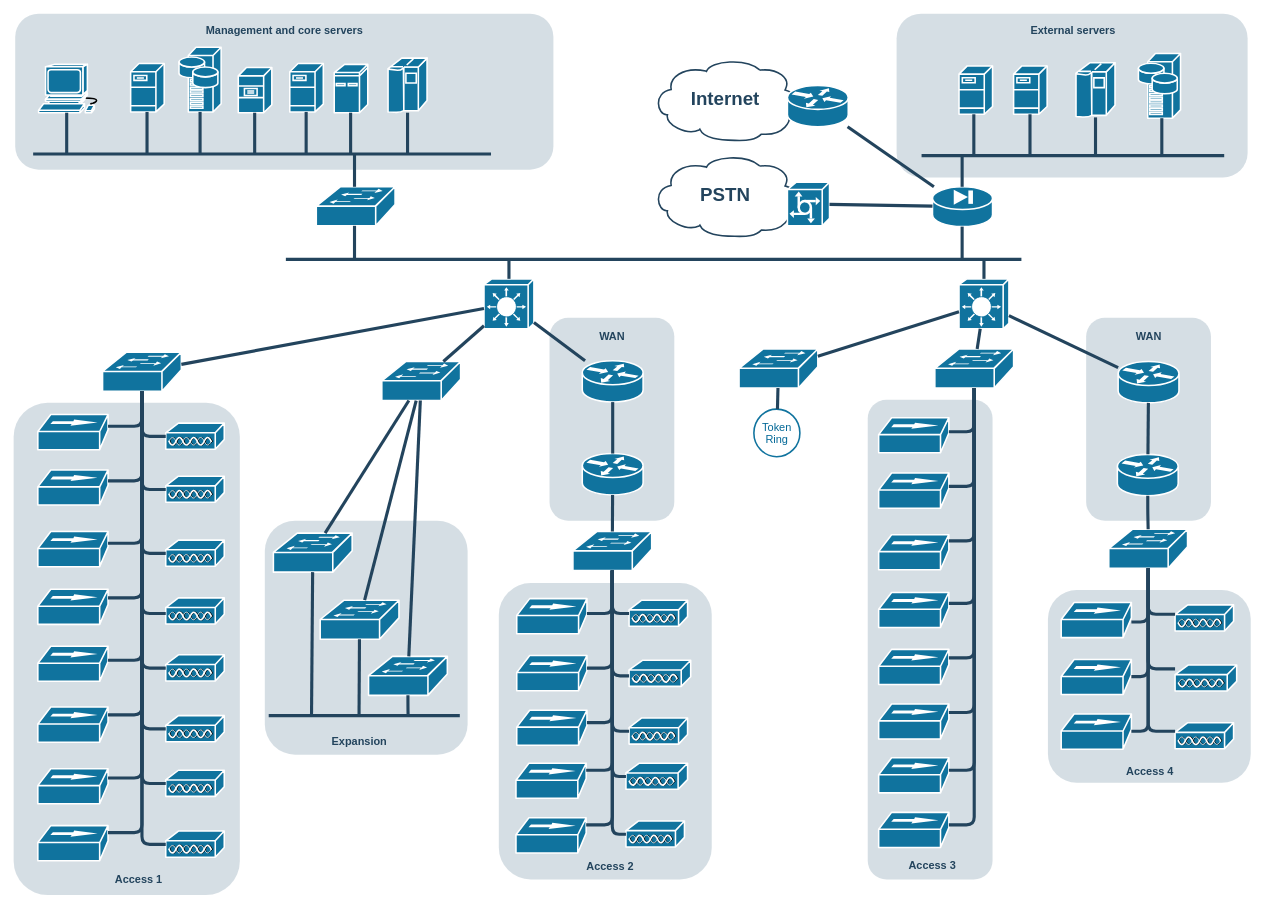
Before: Untitled Diagram.drawio in rsashna/networkDiagrams, a draw.io diagram. Source tidied: cells renumbered, new cells numbered last; positions are measured from the earlier drawing's top-left corner, leaving out a move shared by most shapes. Both pictures are drawn from the tidied source at 78%, with x=0, y=0 at pixel (13, 13).
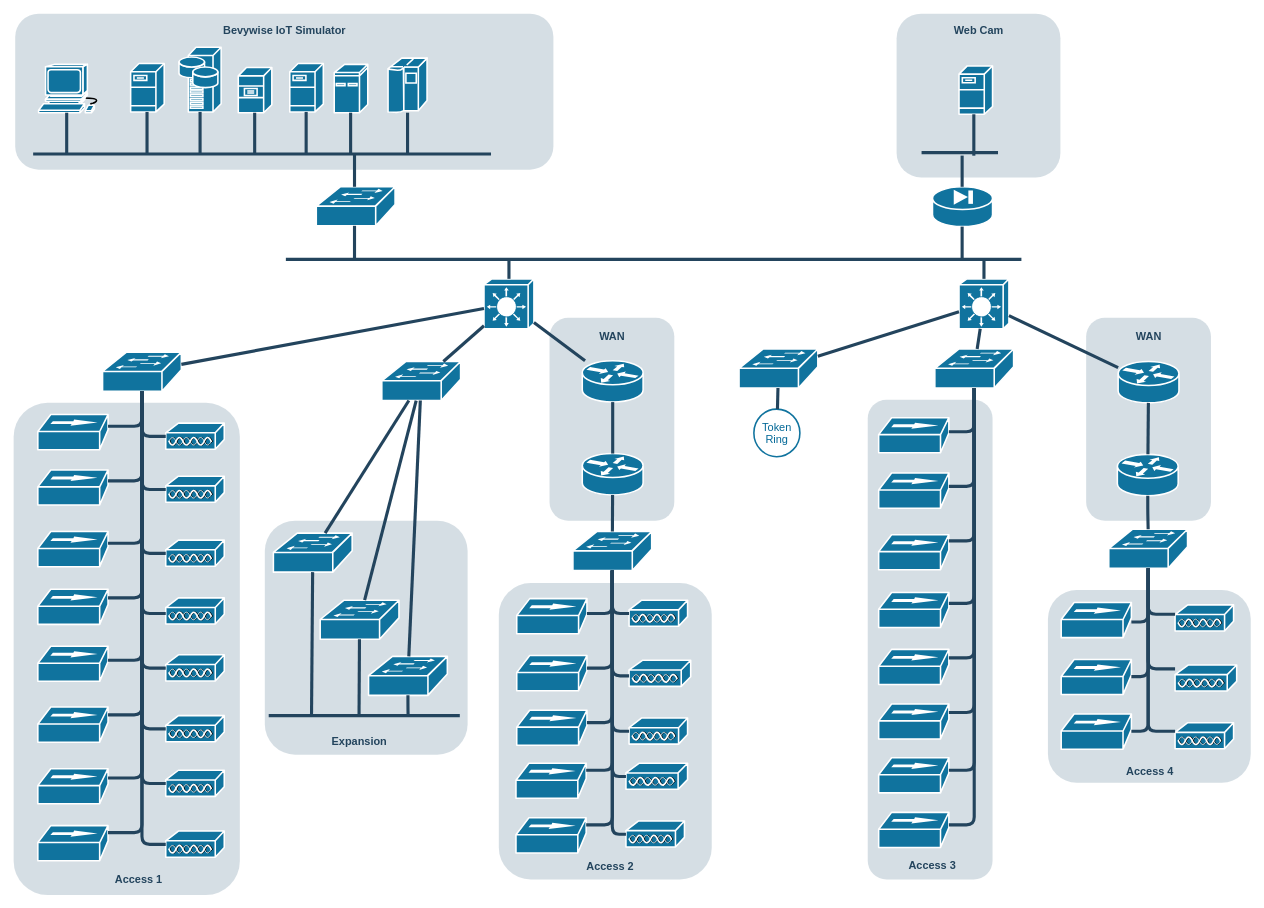
The same page after the edit.

Unchanged cells that the change refers to:
```xml
<mxCell id="24" style="shape=mxgraph.cisco.security.pix_firewall;html=1;dashed=0;fillColor=#10739E;strokeColor=#ffffff;strokeWidth=2;verticalLabelPosition=bottom;verticalAlign=top;fontFamily=Helvetica;fontSize=36;fontColor=#FFB366;" parent="1" vertex="1">
  <mxGeometry x="1178" y="222" width="77" height="51" as="geometry" />
</mxCell>
```

Change to the diagram source:
```diff
@@
     <mxCell id="10" style="rounded=1;whiteSpace=wrap;html=1;strokeColor=none;fillColor=#BAC8D3;fontSize=24;fontColor=#23445D;align=center;opacity=60;" parent="1" vertex="1">
-      <mxGeometry x="1132" width="450" height="210" as="geometry" />
+      <mxGeometry x="1132" width="210" height="210" as="geometry" />
     </mxCell>
@@
-    <mxCell id="20" style="shape=mxgraph.cisco.servers.fileserver;html=1;dashed=0;fillColor=#10739E;strokeColor=#ffffff;strokeWidth=2;verticalLabelPosition=bottom;verticalAlign=top;fontFamily=Helvetica;fontSize=36;fontColor=#FFB366;" parent="1" vertex="1">
-      <mxGeometry x="1282" y="67" width="43" height="62" as="geometry" />
-    </mxCell>
-    <mxCell id="21" style="shape=mxgraph.cisco.computers_and_peripherals.ibm_mainframe;html=1;dashed=0;fillColor=#10739E;strokeColor=#ffffff;strokeWidth=2;verticalLabelPosition=bottom;verticalAlign=top;fontFamily=Helvetica;fontSize=36;fontColor=#FFB366;" parent="1" vertex="1">
-      <mxGeometry x="1362" y="63" width="50" height="70" as="geometry" />
-    </mxCell>
-    <mxCell id="22" style="shape=mxgraph.cisco.servers.storage_server;html=1;dashed=0;fillColor=#10739E;strokeColor=#ffffff;strokeWidth=2;verticalLabelPosition=bottom;verticalAlign=top;fontFamily=Helvetica;fontSize=36;fontColor=#FFB366;" parent="1" vertex="1">
-      <mxGeometry x="1442" y="51" width="54" height="83" as="geometry" />
-    </mxCell>
@@
-    <mxCell id="25" value="Internet" style="shape=mxgraph.cisco.storage.cloud;html=1;dashed=0;strokeColor=#23445D;fillColor=#ffffff;strokeWidth=2;fontFamily=Helvetica;fontSize=24;fontColor=#23445D;align=center;fontStyle=1;" parent="1" vertex="1">
-      <mxGeometry x="819" y="57" width="186" height="106" as="geometry" />
-    </mxCell>
-    <mxCell id="26" value="PSTN" style="shape=mxgraph.cisco.storage.cloud;html=1;dashed=0;strokeColor=#23445D;fillColor=#ffffff;strokeWidth=2;fontFamily=Helvetica;fontSize=24;fontColor=#23445D;fontStyle=1;" parent="1" vertex="1">
-      <mxGeometry x="819" y="180" width="186" height="106" as="geometry" />
-    </mxCell>
-    <mxCell id="27" style="shape=mxgraph.cisco.servers.communications_server;html=1;dashed=0;fillColor=#10739E;strokeColor=#ffffff;strokeWidth=2;verticalLabelPosition=bottom;verticalAlign=top;fontFamily=Helvetica;fontSize=36;fontColor=#FFB366;" parent="1" vertex="1">
-      <mxGeometry x="992" y="216" width="54" height="56" as="geometry" />
-    </mxCell>
@@
-    <mxCell id="54" style="shape=mxgraph.cisco.routers.router;html=1;dashed=0;fillColor=#10739E;strokeColor=#ffffff;strokeWidth=2;verticalLabelPosition=bottom;verticalAlign=top;fontFamily=Helvetica;fontSize=36;fontColor=#FFB366;" parent="1" vertex="1">
-      <mxGeometry x="992" y="92" width="78" height="53" as="geometry" />
-    </mxCell>
@@
     <mxCell id="69" style="line;html=1;strokeColor=#23445D;" parent="1" vertex="1">
-      <mxGeometry x="1164" y="177" width="388" height="10" as="geometry" />
+      <mxGeometry x="1164" y="177" width="98" height="2.5" as="geometry" />
     </mxCell>
@@
-    <mxCell id="81" style="edgeStyle=elbowEdgeStyle;elbow=horizontal;endArrow=none;html=1;strokeColor=#23445D;endFill=0;strokeWidth=4;rounded=1;" parent="1" edge="1" source="20">
-      <mxGeometry relative="1" as="geometry">
-        <mxPoint x="1303.3" y="182.1" as="targetPoint" />
-      </mxGeometry>
-    </mxCell>
-    <mxCell id="82" style="edgeStyle=elbowEdgeStyle;elbow=horizontal;endArrow=none;html=1;strokeColor=#23445D;endFill=0;strokeWidth=4;rounded=1;" parent="1" edge="1" source="21">
-      <mxGeometry relative="1" as="geometry">
-        <mxPoint x="1387.3" y="182.1" as="targetPoint" />
-      </mxGeometry>
-    </mxCell>
-    <mxCell id="83" style="edgeStyle=elbowEdgeStyle;elbow=horizontal;endArrow=none;html=1;strokeColor=#23445D;endFill=0;strokeWidth=4;rounded=1;" parent="1" edge="1" source="22">
-      <mxGeometry relative="1" as="geometry">
-        <mxPoint x="1472.3" y="182.1" as="targetPoint" />
-      </mxGeometry>
-    </mxCell>
@@
-    <mxCell id="86" style="elbow=horizontal;endArrow=none;html=1;strokeColor=#23445D;endFill=0;strokeWidth=4;rounded=1;" parent="1" edge="1" source="24" target="54">
-      <mxGeometry relative="1" as="geometry" />
-    </mxCell>
-    <mxCell id="87" style="elbow=horizontal;endArrow=none;html=1;strokeColor=#23445D;endFill=0;strokeWidth=4;rounded=1;" parent="1" edge="1" source="24" target="27">
-      <mxGeometry relative="1" as="geometry" />
-    </mxCell>
@@
-    <mxCell id="142" value="&lt;font color=&quot;#23445d&quot;&gt;Management and core servers&lt;/font&gt;" style="rounded=1;whiteSpace=wrap;html=1;strokeColor=none;fillColor=none;fontSize=14;fontColor=#742B21;align=center;fontStyle=1;" parent="1" vertex="1">
+    <mxCell id="142" value="&lt;font color=&quot;#23445d&quot;&gt;Bevywise IoT Simulator&lt;/font&gt;" style="rounded=1;whiteSpace=wrap;html=1;strokeColor=none;fillColor=none;fontSize=14;fontColor=#742B21;align=center;fontStyle=1;" parent="1" vertex="1">
       <mxGeometry x="235" y="12" width="225" height="19" as="geometry" />
     </mxCell>
-    <mxCell id="143" value="&lt;font color=&quot;#23445d&quot;&gt;External servers&lt;/font&gt;" style="rounded=1;whiteSpace=wrap;html=1;strokeColor=none;fillColor=none;fontSize=14;fontColor=#742B21;align=center;fontStyle=1;" parent="1" vertex="1">
-      <mxGeometry x="1287" y="12" width="143" height="19" as="geometry" />
+    <mxCell id="143" value="&lt;font color=&quot;#23445d&quot;&gt;Web Cam&lt;/font&gt;" style="rounded=1;whiteSpace=wrap;html=1;strokeColor=none;fillColor=none;fontSize=14;fontColor=#742B21;align=center;fontStyle=1;" parent="1" vertex="1">
+      <mxGeometry x="1165.5" y="12" width="143" height="19" as="geometry" />
     </mxCell>
```
